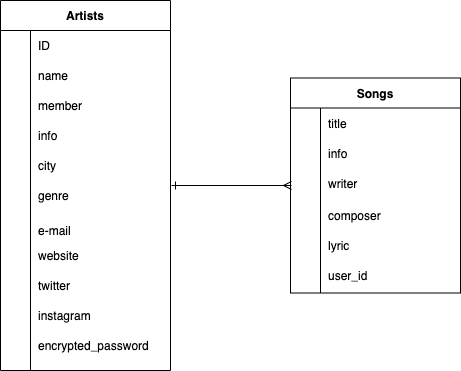
Before: ER.drawio.png, a diagram exported from draw.io (tattobu28/dig_artist_app). Source tidied: cells renumbered, new cells last; positions are measured from the earlier drawing's top-left corner, leaving out a move shared by most shapes.
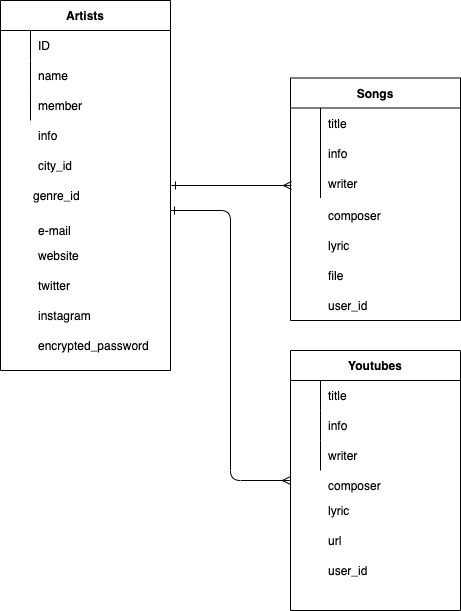
After the change.

The edit, as a diff of the source:
```diff
@@ -18,7 +18,7 @@
       <mxGeometry x="30" width="150" height="30" as="geometry" />
     </mxCell>
     <mxCell id="6" value="Songs" style="shape=table;startSize=30;rowLines=0;fontStyle=1;align=center;" parent="1" vertex="1">
-      <mxGeometry x="290" y="77.5" width="170" height="215" as="geometry" />
+      <mxGeometry x="290" y="77.5" width="170" height="242.5" as="geometry" />
     </mxCell>
     <mxCell id="7" style="shape=partialRectangle;fillColor=none;top=0;left=0;bottom=0;right=0;" parent="6" vertex="1">
       <mxGeometry y="30" width="170" height="30" as="geometry" />
@@ -83,18 +83,27 @@
     <mxCell id="27" style="shape=partialRectangle;fillColor=none;top=0;left=0;bottom=0;right=0;overflow=hidden;" parent="26" vertex="1">
       <mxGeometry width="30" height="30" as="geometry" />
     </mxCell>
-    <mxCell id="28" value="city" style="shape=partialRectangle;fillColor=none;top=0;left=0;bottom=0;right=0;align=left;spacingLeft=6;overflow=hidden;" parent="26" vertex="1">
+    <mxCell id="28" value="city_id" style="shape=partialRectangle;fillColor=none;top=0;left=0;bottom=0;right=0;align=left;spacingLeft=6;overflow=hidden;" parent="26" vertex="1">
       <mxGeometry x="30" width="150" height="30" as="geometry" />
     </mxCell>
     <mxCell id="29" style="shape=partialRectangle;fillColor=none;top=0;left=0;bottom=0;right=0;" parent="1" vertex="1">
-      <mxGeometry y="180" width="180" height="30" as="geometry" />
+      <mxGeometry y="180" width="150" height="30" as="geometry" />
     </mxCell>
     <mxCell id="30" style="shape=partialRectangle;fillColor=none;top=0;left=0;bottom=0;right=0;overflow=hidden;" parent="29" vertex="1">
-      <mxGeometry width="30" height="30" as="geometry" />
+      <mxGeometry width="25" height="30" as="geometry" />
     </mxCell>
-    <mxCell id="31" value="genre" style="shape=partialRectangle;fillColor=none;top=0;left=0;bottom=0;right=0;align=left;spacingLeft=6;overflow=hidden;" parent="29" vertex="1">
-      <mxGeometry x="30" width="150" height="30" as="geometry" />
+    <mxCell id="31" value="genre_id" style="shape=partialRectangle;fillColor=none;top=0;left=0;bottom=0;right=0;align=left;spacingLeft=6;overflow=hidden;" parent="29" vertex="1">
+      <mxGeometry x="25" width="125" height="30" as="geometry" />
     </mxCell>
+    <mxCell id="56" style="edgeStyle=none;html=1;startArrow=ERone;startFill=0;endArrow=ERmany;endFill=0;" parent="1" edge="1" target="57">
+      <mxGeometry relative="1" as="geometry">
+        <mxPoint x="170" y="210" as="sourcePoint" />
+        <Array as="points">
+          <mxPoint x="230" y="210" />
+          <mxPoint x="230" y="480" />
+        </Array>
+      </mxGeometry>
+    </mxCell>
     <mxCell id="32" style="shape=partialRectangle;fillColor=none;top=0;left=0;bottom=0;right=0;" parent="1" vertex="1">
       <mxGeometry y="215" width="180" height="30" as="geometry" />
     </mxCell>
@@ -164,8 +173,83 @@
     <mxCell id="54" style="shape=partialRectangle;fillColor=none;top=0;left=0;bottom=0;right=0;overflow=hidden;" parent="53" vertex="1">
       <mxGeometry width="30" height="30" as="geometry" />
     </mxCell>
-    <mxCell id="55" value="user_id" style="shape=partialRectangle;fillColor=none;top=0;left=0;bottom=0;right=0;align=left;spacingLeft=6;overflow=hidden;" parent="53" vertex="1">
+    <mxCell id="55" value="file" style="shape=partialRectangle;fillColor=none;top=0;left=0;bottom=0;right=0;align=left;spacingLeft=6;overflow=hidden;" parent="53" vertex="1">
       <mxGeometry x="30" width="140" height="30" as="geometry" />
     </mxCell>
+    <mxCell id="57" value="Youtubes" style="shape=table;startSize=30;rowLines=0;fontStyle=1;align=center;" parent="1" vertex="1">
+      <mxGeometry x="290" y="350" width="170" height="260" as="geometry" />
+    </mxCell>
+    <mxCell id="58" style="shape=partialRectangle;fillColor=none;top=0;left=0;bottom=0;right=0;" parent="57" vertex="1">
+      <mxGeometry y="30" width="170" height="30" as="geometry" />
+    </mxCell>
+    <mxCell id="59" style="shape=partialRectangle;fillColor=none;top=0;left=0;bottom=0;right=0;overflow=hidden;" parent="58" vertex="1">
+      <mxGeometry width="30" height="30" as="geometry" />
+    </mxCell>
+    <mxCell id="60" value="title" style="shape=partialRectangle;fillColor=none;top=0;left=0;bottom=0;right=0;align=left;spacingLeft=6;overflow=hidden;" parent="58" vertex="1">
+      <mxGeometry x="30" width="140" height="30" as="geometry" />
+    </mxCell>
+    <mxCell id="61" style="shape=partialRectangle;fillColor=none;top=0;left=0;bottom=0;right=0;" parent="57" vertex="1">
+      <mxGeometry y="60" width="170" height="30" as="geometry" />
+    </mxCell>
+    <mxCell id="62" style="shape=partialRectangle;fillColor=none;top=0;left=0;bottom=0;right=0;overflow=hidden;" parent="61" vertex="1">
+      <mxGeometry width="30" height="30" as="geometry" />
+    </mxCell>
+    <mxCell id="63" value="info" style="shape=partialRectangle;fillColor=none;top=0;left=0;bottom=0;right=0;align=left;spacingLeft=6;overflow=hidden;" parent="61" vertex="1">
+      <mxGeometry x="30" width="140" height="30" as="geometry" />
+    </mxCell>
+    <mxCell id="64" style="shape=partialRectangle;fillColor=none;top=0;left=0;bottom=0;right=0;" parent="57" vertex="1">
+      <mxGeometry y="90" width="170" height="30" as="geometry" />
+    </mxCell>
+    <mxCell id="65" style="shape=partialRectangle;fillColor=none;top=0;left=0;bottom=0;right=0;overflow=hidden;" parent="64" vertex="1">
+      <mxGeometry width="30" height="30" as="geometry" />
+    </mxCell>
+    <mxCell id="66" value="writer" style="shape=partialRectangle;fillColor=none;top=0;left=0;bottom=0;right=0;align=left;spacingLeft=6;overflow=hidden;" parent="64" vertex="1">
+      <mxGeometry x="30" width="140" height="30" as="geometry" />
+    </mxCell>
+    <mxCell id="67" style="shape=partialRectangle;fillColor=none;top=0;left=0;bottom=0;right=0;" parent="1" vertex="1">
+      <mxGeometry x="290" y="470" width="170" height="30" as="geometry" />
+    </mxCell>
+    <mxCell id="68" style="shape=partialRectangle;fillColor=none;top=0;left=0;bottom=0;right=0;overflow=hidden;" parent="67" vertex="1">
+      <mxGeometry width="30" height="30" as="geometry" />
+    </mxCell>
+    <mxCell id="69" value="composer" style="shape=partialRectangle;fillColor=none;top=0;left=0;bottom=0;right=0;align=left;spacingLeft=6;overflow=hidden;" parent="67" vertex="1">
+      <mxGeometry x="30" width="140" height="30" as="geometry" />
+    </mxCell>
+    <mxCell id="70" style="shape=partialRectangle;fillColor=none;top=0;left=0;bottom=0;right=0;" parent="1" vertex="1">
+      <mxGeometry x="290" y="495" width="170" height="30" as="geometry" />
+    </mxCell>
+    <mxCell id="71" style="shape=partialRectangle;fillColor=none;top=0;left=0;bottom=0;right=0;overflow=hidden;" parent="70" vertex="1">
+      <mxGeometry width="30" height="30" as="geometry" />
+    </mxCell>
+    <mxCell id="72" value="lyric" style="shape=partialRectangle;fillColor=none;top=0;left=0;bottom=0;right=0;align=left;spacingLeft=6;overflow=hidden;" parent="70" vertex="1">
+      <mxGeometry x="30" width="140" height="30" as="geometry" />
+    </mxCell>
+    <mxCell id="73" style="shape=partialRectangle;fillColor=none;top=0;left=0;bottom=0;right=0;" parent="1" vertex="1">
+      <mxGeometry x="290" y="525" width="170" height="30" as="geometry" />
+    </mxCell>
+    <mxCell id="74" style="shape=partialRectangle;fillColor=none;top=0;left=0;bottom=0;right=0;overflow=hidden;" parent="73" vertex="1">
+      <mxGeometry width="30" height="30" as="geometry" />
+    </mxCell>
+    <mxCell id="75" value="url" style="shape=partialRectangle;fillColor=none;top=0;left=0;bottom=0;right=0;align=left;spacingLeft=6;overflow=hidden;" parent="73" vertex="1">
+      <mxGeometry x="30" width="140" height="30" as="geometry" />
+    </mxCell>
+    <mxCell id="76" style="shape=partialRectangle;fillColor=none;top=0;left=0;bottom=0;right=0;" parent="1" vertex="1">
+      <mxGeometry x="290" y="555" width="170" height="30" as="geometry" />
+    </mxCell>
+    <mxCell id="77" style="shape=partialRectangle;fillColor=none;top=0;left=0;bottom=0;right=0;overflow=hidden;" parent="76" vertex="1">
+      <mxGeometry width="30" height="30" as="geometry" />
+    </mxCell>
+    <mxCell id="78" value="user_id" style="shape=partialRectangle;fillColor=none;top=0;left=0;bottom=0;right=0;align=left;spacingLeft=6;overflow=hidden;" parent="76" vertex="1">
+      <mxGeometry x="30" width="140" height="30" as="geometry" />
+    </mxCell>
+    <mxCell id="79" style="shape=partialRectangle;fillColor=none;top=0;left=0;bottom=0;right=0;" parent="1" vertex="1">
+      <mxGeometry x="290" y="290" width="170" height="30" as="geometry" />
+    </mxCell>
+    <mxCell id="80" style="shape=partialRectangle;fillColor=none;top=0;left=0;bottom=0;right=0;overflow=hidden;" parent="79" vertex="1">
+      <mxGeometry width="30" height="30" as="geometry" />
+    </mxCell>
+    <mxCell id="81" value="user_id" style="shape=partialRectangle;fillColor=none;top=0;left=0;bottom=0;right=0;align=left;spacingLeft=6;overflow=hidden;" parent="79" vertex="1">
+      <mxGeometry x="30" width="140" height="30" as="geometry" />
+    </mxCell>
   </root>
 </mxGraphModel>
```
